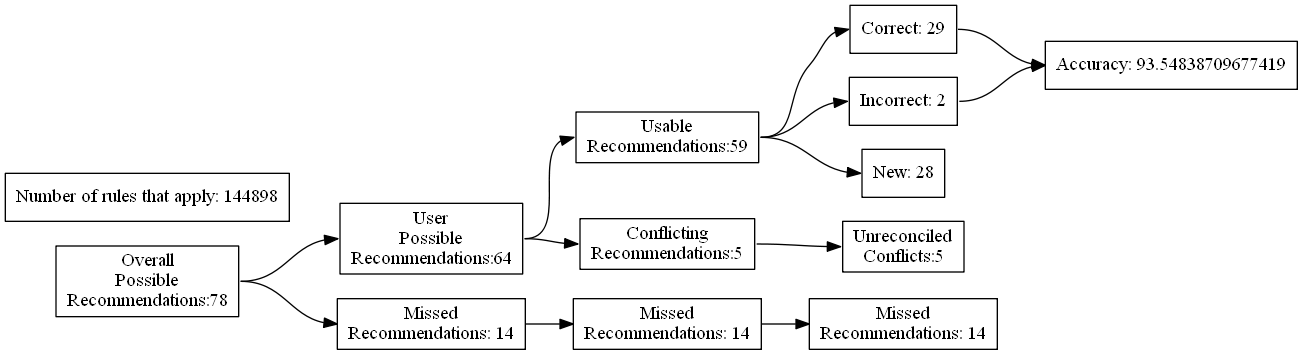
The Graphviz diagram test_renders/23.gv.png in ZaxR/ibd_diet_analysis, before a commit. Its source is kept beside it as test_renders/23.gv.
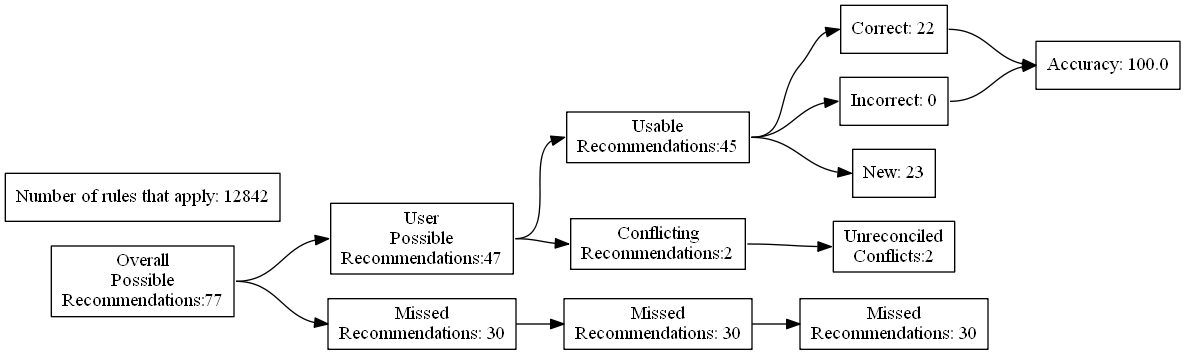
The same file after the commit.

What changed in the source:
```diff
@@ -4,27 +4,27 @@
 	edge [headport=w tailport=e]
 		A [label="Overall
 Possible
-Recommendations:78"]
+Recommendations:77"]
 		B [label="User
 Possible
-Recommendations:64"]
+Recommendations:47"]
 		C [label="Missed
-Recommendations: 14"]
+Recommendations: 30"]
 		D [label="Usable
-Recommendations:59"]
+Recommendations:45"]
 		E [label="Conflicting
-Recommendations:5"]
+Recommendations:2"]
 		J [label="Missed
-Recommendations: 14"]
+Recommendations: 30"]
 		M [label="Unreconciled
-Conflicts:5"]
-		F [label="Correct: 29"]
-		G [label="Incorrect: 2"]
-		H [label="New: 28"]
+Conflicts:2"]
+		F [label="Correct: 22"]
+		G [label="Incorrect: 0"]
+		H [label="New: 23"]
 		K [label="Missed
-Recommendations: 14"]
-		I [label="Accuracy: 93.54838709677419"]
-		l [label="Number of rules that apply: 144898"]
+Recommendations: 30"]
+		I [label="Accuracy: 100.0"]
+		l [label="Number of rules that apply: 12842"]
 			A -> B
 			A -> C
 			B -> D
```
